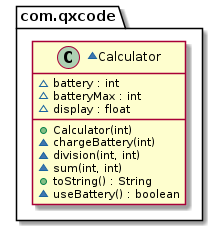
This is base/001/diagrama.png from victorfarias/arcade, a PlantUML export, as it was before one commit. The source it was exported from:
```plantuml
@startuml
package com.qxcode {
  ~class Calculator {
    ~ battery : int
    ~ batteryMax : int
    ~ display : float
    + Calculator(int)
    ~ chargeBattery(int)
    ~ division(int, int)
    ~ sum(int, int)
    + toString() : String
    ~ useBattery() : boolean
  }
}
@enduml
```
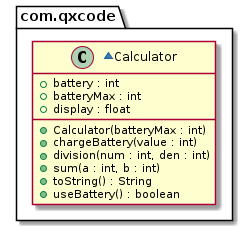
Above is the later version.

Diff of the diagram source:
```diff
@@ -1,15 +1,15 @@
 @startuml
 package com.qxcode {
   ~class Calculator {
-    ~ battery : int
-    ~ batteryMax : int
-    ~ display : float
-    + Calculator(int)
-    ~ chargeBattery(int)
-    ~ division(int, int)
-    ~ sum(int, int)
+    + battery : int
+    + batteryMax : int
+    + display : float
+    + Calculator(batteryMax : int)
+    + chargeBattery(value : int)
+    + division(num : int, den : int)
+    + sum(a : int, b : int)
     + toString() : String
-    ~ useBattery() : boolean
+    + useBattery() : boolean
   }
 }
 @enduml
```
